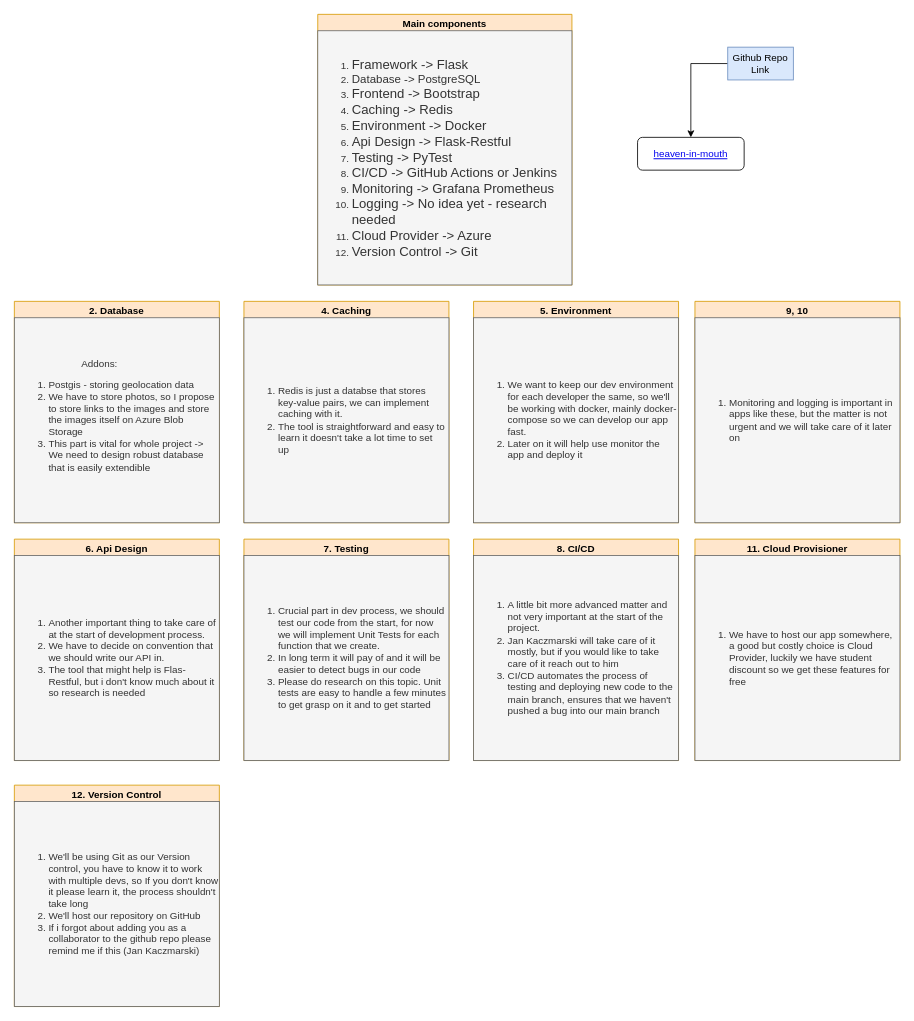
Earlier version of the draw.io diagram drawio/web_app_architecture.drawio (HIM-Services/heaven-in-mouth). Source tidied: cells renumbered, new cells numbered last; positions are measured from the earlier drawing's top-left corner, leaving out a move shared by most shapes. Both pictures are drawn from the tidied source at 82%, with x=0, y=0 at pixel (14, 14).
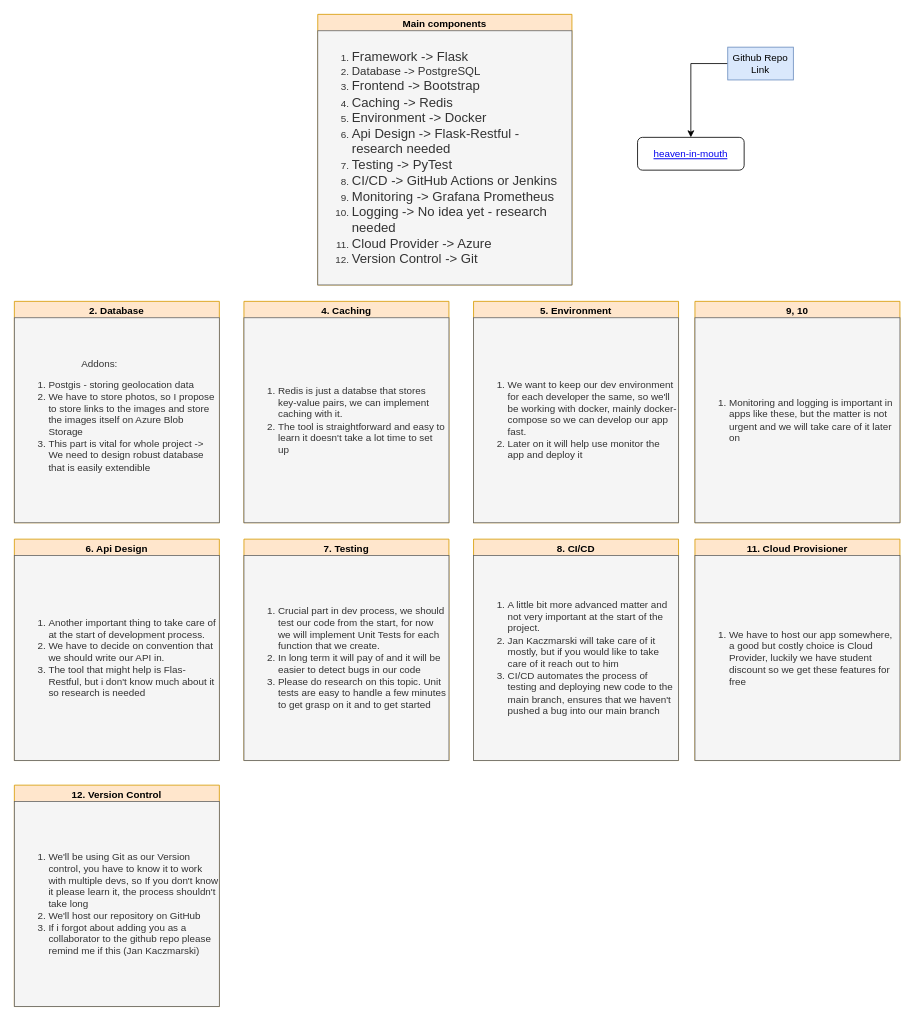
The same page after the edit.

Unchanged cells that the change refers to:
```xml
<mxCell id="2" value="Main components" style="swimlane;whiteSpace=wrap;html=1;fillColor=#ffe6cc;strokeColor=#d79b00;" parent="1" vertex="1">
  <mxGeometry x="370" width="310" height="330" as="geometry" />
</mxCell>
```

The edit, as a diff of the source:
```diff
@@
-    <mxCell id="3" value="&lt;ol&gt;&lt;li&gt;&lt;font style=&quot;font-size: 16px;&quot;&gt;Framework -&amp;gt; Flask&lt;/font&gt;&lt;/li&gt;&lt;li&gt;&lt;font style=&quot;font-size: 14px;&quot;&gt;Database -&amp;gt; PostgreSQL&lt;/font&gt;&lt;/li&gt;&lt;li&gt;&lt;font size=&quot;3&quot;&gt;Frontend -&amp;gt; Bootstrap&lt;/font&gt;&lt;/li&gt;&lt;li&gt;&lt;font size=&quot;3&quot;&gt;Caching -&amp;gt; Redis&lt;/font&gt;&lt;/li&gt;&lt;li&gt;&lt;font size=&quot;3&quot;&gt;Environment -&amp;gt; Docker&lt;/font&gt;&lt;/li&gt;&lt;li&gt;&lt;font size=&quot;3&quot;&gt;Api Design -&amp;gt; Flask-Restful&lt;/font&gt;&lt;/li&gt;&lt;li&gt;&lt;font size=&quot;3&quot;&gt;Testing -&amp;gt; PyTest&lt;/font&gt;&lt;/li&gt;&lt;li&gt;&lt;font size=&quot;3&quot;&gt;CI/CD -&amp;gt; GitHub Actions or Jenkins&lt;/font&gt;&lt;/li&gt;&lt;li&gt;&lt;font size=&quot;3&quot;&gt;Monitoring -&amp;gt; Grafana Prometheus&lt;/font&gt;&lt;/li&gt;&lt;li&gt;&lt;font size=&quot;3&quot;&gt;Logging -&amp;gt; No idea yet - research needed&lt;/font&gt;&lt;/li&gt;&lt;li&gt;&lt;font size=&quot;3&quot;&gt;Cloud Provider -&amp;gt; Azure&lt;/font&gt;&lt;/li&gt;&lt;li&gt;&lt;font size=&quot;3&quot;&gt;Version Control -&amp;gt; Git&lt;/font&gt;&lt;/li&gt;&lt;/ol&gt;" style="whiteSpace=wrap;html=1;fillColor=#f5f5f5;fontColor=#333333;strokeColor=#666666;align=left;" parent="2" vertex="1">
+    <mxCell id="3" value="&lt;ol&gt;&lt;li&gt;&lt;font style=&quot;font-size: 16px;&quot;&gt;Framework -&amp;gt; Flask&lt;/font&gt;&lt;/li&gt;&lt;li&gt;&lt;font style=&quot;font-size: 14px;&quot;&gt;Database -&amp;gt; PostgreSQL&lt;/font&gt;&lt;/li&gt;&lt;li&gt;&lt;font size=&quot;3&quot;&gt;Frontend -&amp;gt; Bootstrap&lt;/font&gt;&lt;/li&gt;&lt;li&gt;&lt;font size=&quot;3&quot;&gt;Caching -&amp;gt; Redis&lt;/font&gt;&lt;/li&gt;&lt;li&gt;&lt;font size=&quot;3&quot;&gt;Environment -&amp;gt; Docker&lt;/font&gt;&lt;/li&gt;&lt;li&gt;&lt;font size=&quot;3&quot;&gt;Api Design -&amp;gt; Flask-Restful - research needed&lt;/font&gt;&lt;/li&gt;&lt;li&gt;&lt;font size=&quot;3&quot;&gt;Testing -&amp;gt; PyTest&lt;/font&gt;&lt;/li&gt;&lt;li&gt;&lt;font size=&quot;3&quot;&gt;CI/CD -&amp;gt; GitHub Actions or Jenkins&lt;/font&gt;&lt;/li&gt;&lt;li&gt;&lt;font size=&quot;3&quot;&gt;Monitoring -&amp;gt; Grafana Prometheus&lt;/font&gt;&lt;/li&gt;&lt;li&gt;&lt;font size=&quot;3&quot;&gt;Logging -&amp;gt; No idea yet - research needed&lt;/font&gt;&lt;/li&gt;&lt;li&gt;&lt;font size=&quot;3&quot;&gt;Cloud Provider -&amp;gt; Azure&lt;/font&gt;&lt;/li&gt;&lt;li&gt;&lt;font size=&quot;3&quot;&gt;Version Control -&amp;gt; Git&lt;/font&gt;&lt;/li&gt;&lt;/ol&gt;" style="whiteSpace=wrap;html=1;fillColor=#f5f5f5;fontColor=#333333;strokeColor=#666666;align=left;" parent="2" vertex="1">
       <mxGeometry y="20" width="310" height="310" as="geometry" />
     </mxCell>
```
